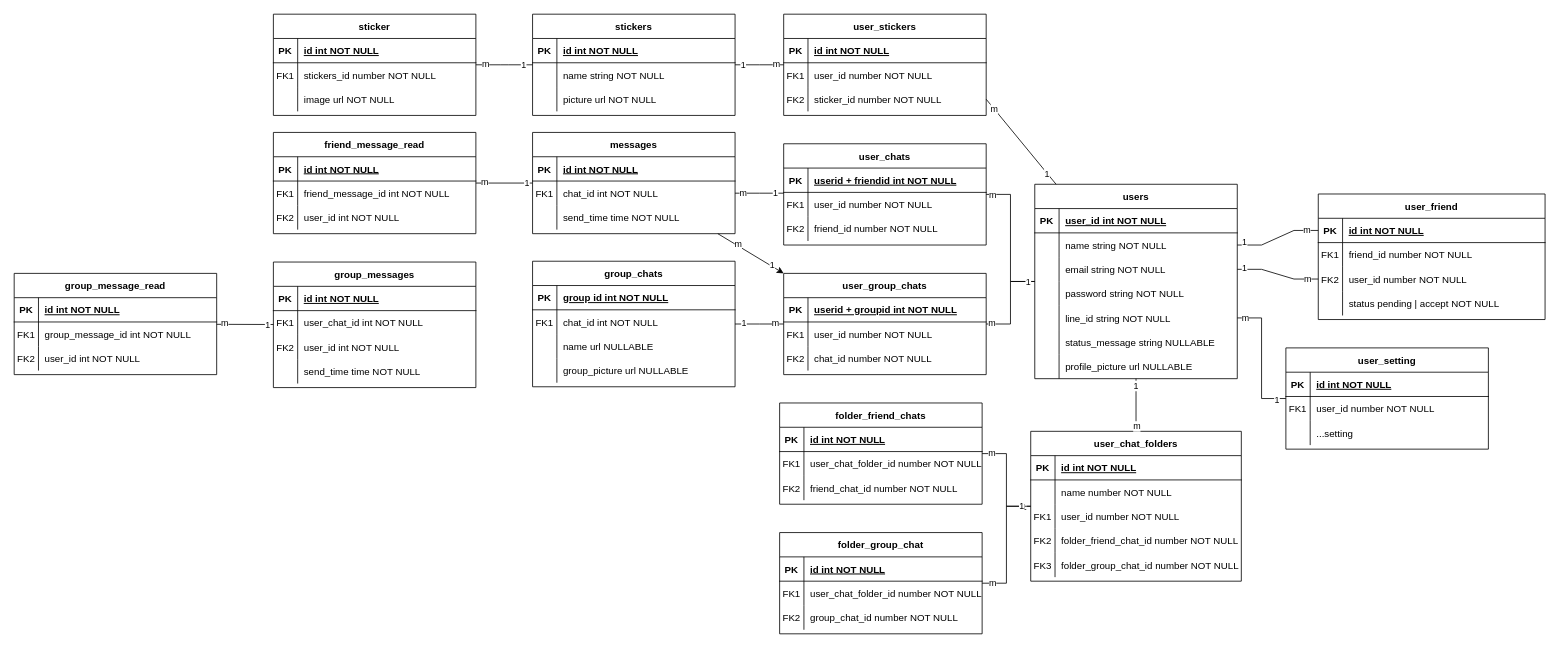
Before: diagram/ER_diagram.drawio in MeowKyWay/LINE-Clone, a draw.io diagram. Source tidied: cells renumbered, new cells numbered last; positions are measured from the earlier drawing's top-left corner, leaving out a move shared by most shapes. Both pictures are drawn from the tidied source at 81%, with x=0, y=0 at pixel (14, 14).
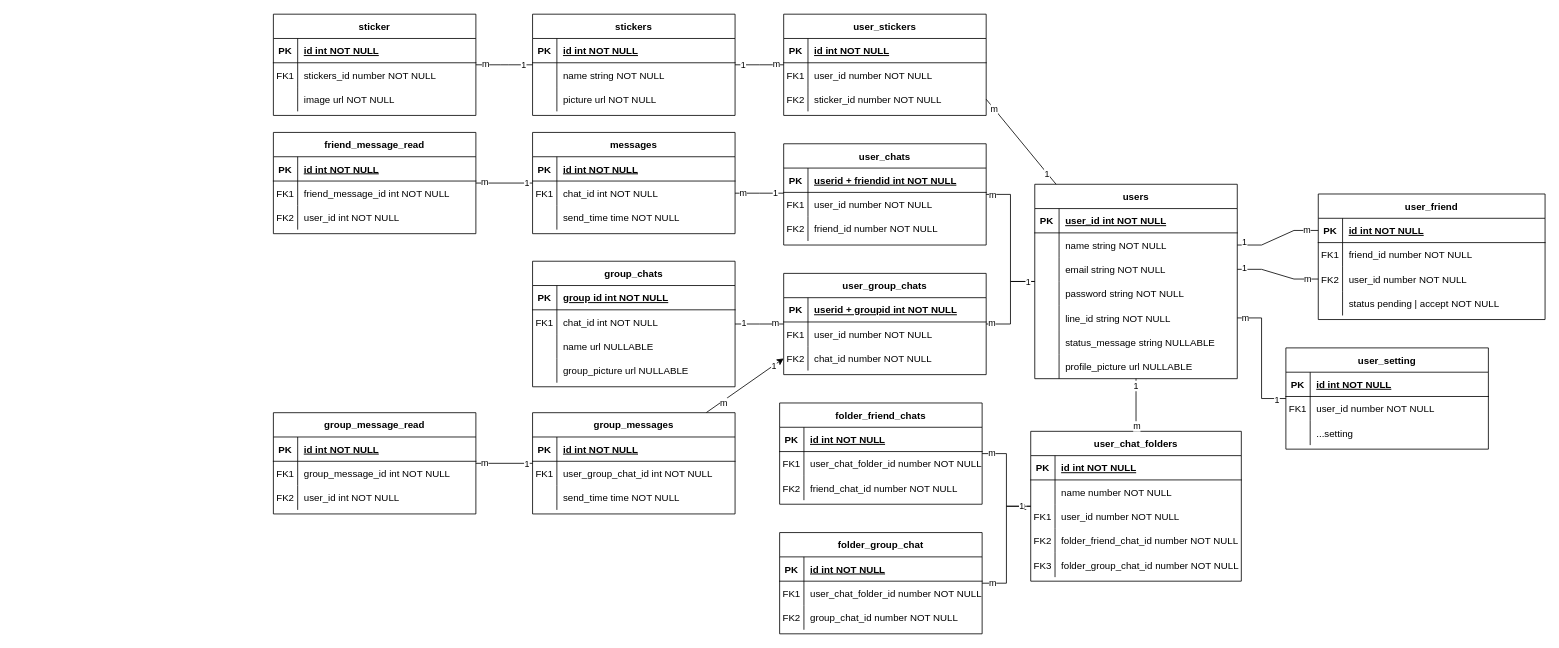
After the change.

The change refers to these unchanged cells:
```xml
<mxCell id="5" value="messages" style="shape=table;startSize=30;childLayout=tableLayout;rowLines=0;fontStyle=1;align=center;" parent="1" vertex="1">
  <mxGeometry x="640" y="146" width="250" height="125" as="geometry" />
</mxCell>
<mxCell id="49" value="user_group_chats" style="shape=table;startSize=30;childLayout=tableLayout;rowLines=0;fontStyle=1;align=center;" parent="1" vertex="1">
  <mxGeometry x="950" y="320" width="250" height="125" as="geometry" />
</mxCell>
<mxCell id="56" style="shape=partialRectangle;fillColor=none;points=[[0,0.5],[1,0.5]];portConstraint=eastwest;top=0;left=0;right=0;bottom=0;" parent="49" vertex="1">
  <mxGeometry y="90" width="250" height="30" as="geometry" />
</mxCell>
<mxCell id="79" style="shape=partialRectangle;fillColor=none;top=0;left=0;right=0;bottom=0;" parent="75" vertex="1">
  <mxGeometry y="60" width="250" height="30" as="geometry" />
</mxCell>
```

Diff of the diagram source:
```diff
@@
-    <mxCell id="2" style="edgeStyle=none;html=1;entryX=0;entryY=0;entryDx=0;entryDy=0;" parent="1" edge="1" source="5" target="49">
-      <mxGeometry relative="1" as="geometry" />
-    </mxCell>
-    <mxCell id="3" value="m" style="edgeLabel;html=1;align=center;verticalAlign=middle;" parent="2" vertex="1">
-      <mxGeometry x="-0.41" y="2" relative="1" as="geometry" />
-    </mxCell>
-    <mxCell id="4" value="1" style="edgeLabel;html=1;align=center;verticalAlign=middle;" parent="2" vertex="1">
-      <mxGeometry x="0.63" y="1" relative="1" as="geometry" />
-    </mxCell>
@@
+    <mxCell id="4" style="edgeStyle=none;html=1;entryX=0;entryY=0.5;entryDx=0;entryDy=0;" parent="1" edge="1" source="75" target="56">
+      <mxGeometry relative="1" as="geometry" />
+    </mxCell>
+    <mxCell id="3" value="m" style="edgeLabel;html=1;align=center;verticalAlign=middle;" parent="4" vertex="1">
+      <mxGeometry x="-0.59" y="-2" relative="1" as="geometry" />
+    </mxCell>
+    <mxCell id="236" value="1" style="edgeLabel;html=1;align=center;verticalAlign=middle;" parent="4" vertex="1">
+      <mxGeometry x="0.73" y="-1" relative="1" as="geometry" />
+    </mxCell>
     <mxCell id="75" value="group_messages" style="shape=table;startSize=30;childLayout=tableLayout;rowLines=0;fontStyle=1;align=center;" parent="1" vertex="1">
-      <mxGeometry x="320" y="306" width="250" height="155" as="geometry" />
+      <mxGeometry x="640" y="492" width="250" height="125" as="geometry" />
     </mxCell>
@@
-    <mxCell id="81" value="user_chat_id int NOT NULL" style="shape=partialRectangle;overflow=hidden;fillColor=none;top=0;left=0;bottom=0;right=0;align=left;spacingLeft=6;" parent="79" vertex="1">
+    <mxCell id="81" value="user_group_chat_id int NOT NULL" style="shape=partialRectangle;overflow=hidden;fillColor=none;top=0;left=0;bottom=0;right=0;align=left;spacingLeft=6;" parent="79" vertex="1">
       <mxGeometry x="30" width="220" height="30" as="geometry" />
     </mxCell>
-    <mxCell id="82" style="shape=partialRectangle;fillColor=none;top=0;left=0;right=0;bottom=0;" parent="75" vertex="1">
-      <mxGeometry y="90" width="250" height="30" as="geometry" />
-    </mxCell>
-    <mxCell id="83" value="FK2" style="shape=partialRectangle;overflow=hidden;fillColor=none;top=0;left=0;bottom=0;right=0;" parent="82" vertex="1">
-      <mxGeometry width="30" height="30" as="geometry" />
-    </mxCell>
-    <mxCell id="84" value="user_id int NOT NULL" style="shape=partialRectangle;overflow=hidden;fillColor=none;top=0;left=0;bottom=0;right=0;align=left;spacingLeft=6;" parent="82" vertex="1">
-      <mxGeometry x="30" width="220" height="30" as="geometry" />
-    </mxCell>
     <mxCell id="85" style="shape=partialRectangle;fillColor=none;top=0;left=0;right=0;bottom=0;" parent="75" vertex="1">
-      <mxGeometry y="120" width="250" height="30" as="geometry" />
+      <mxGeometry y="90" width="250" height="30" as="geometry" />
     </mxCell>
@@
     <mxCell id="159" value="group_message_read" style="shape=table;startSize=30;childLayout=tableLayout;rowLines=0;fontStyle=1;align=center;" parent="1" vertex="1">
-      <mxGeometry y="320" width="250" height="125" as="geometry" />
+      <mxGeometry x="320" y="492" width="250" height="125" as="geometry" />
     </mxCell>
```
